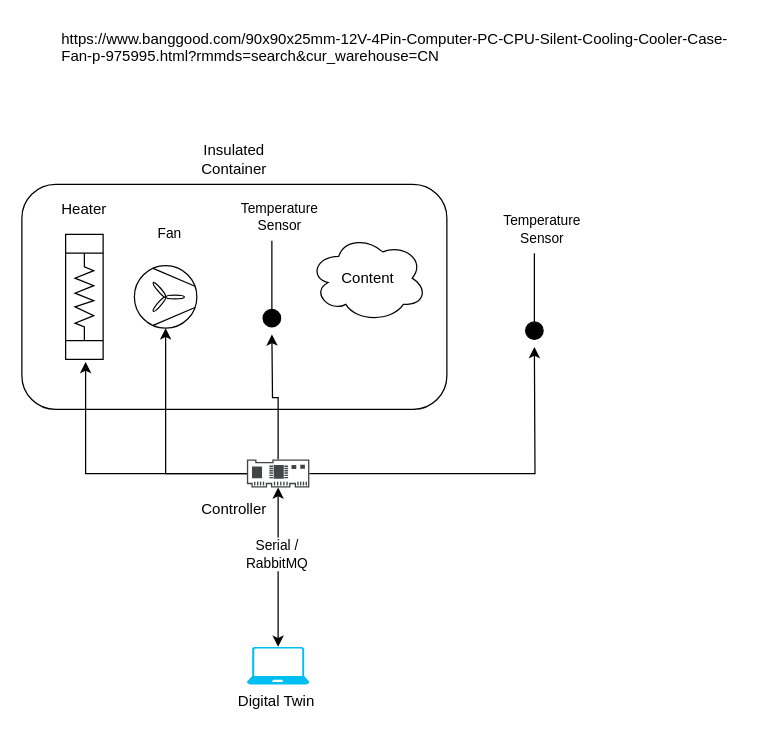
The draw.io diagram figures/system.drawio in INTO-CPS-Association/example_digital-twin_incubator, before the edit. Source tidied: cells renumbered, new cells numbered last; positions are measured from the earlier drawing's top-left corner, leaving out a move shared by most shapes. Both pictures are drawn from the tidied source at 125%, with x=0, y=0 at pixel (21, 21).
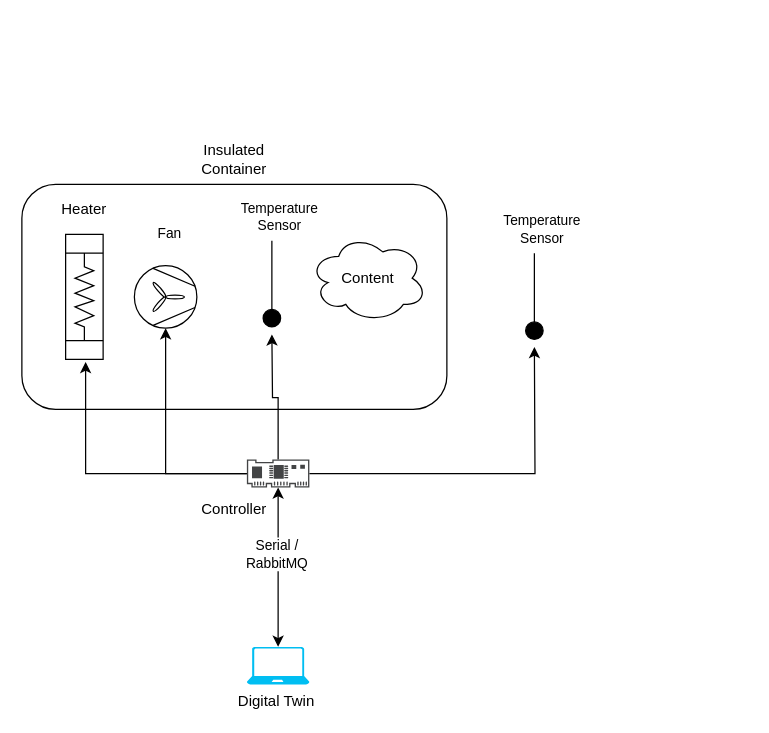
Above is the later version.

Diff of the diagram source:
```diff
@@
-    <mxCell id="22" value="https://www.banggood.com/90x90x25mm-12V-4Pin-Computer-PC-CPU-Silent-Cooling-Cooler-Case-Fan-p-975995.html?rmmds=search&amp;cur_warehouse=CN" style="text;whiteSpace=wrap;html=1;" parent="1" vertex="1">
-      <mxGeometry x="30" width="550" height="40" as="geometry" />
-    </mxCell>
```
